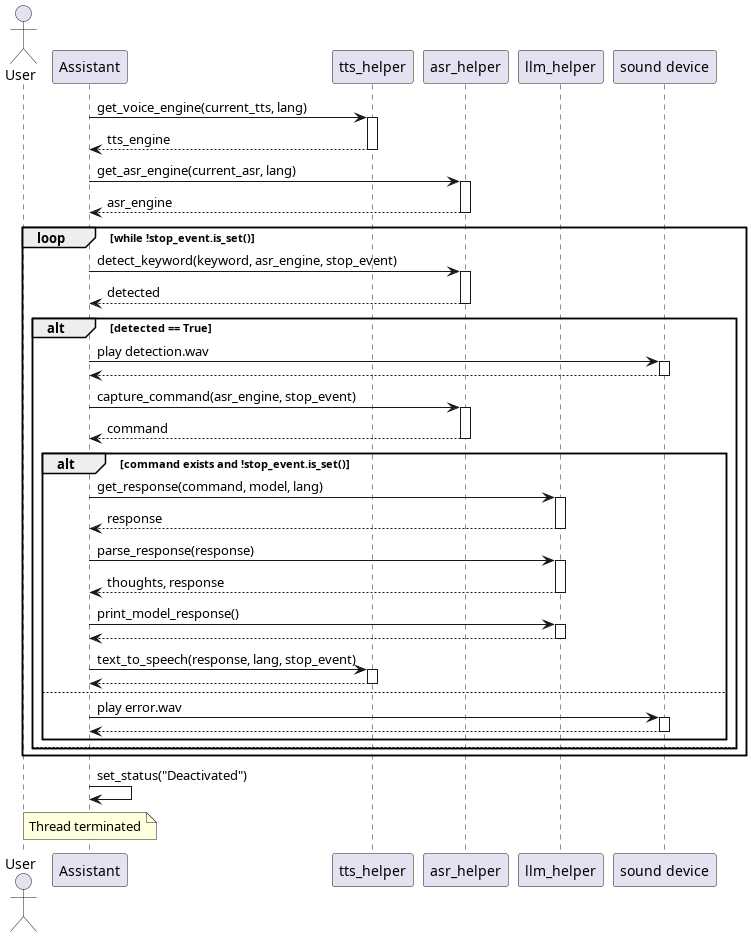
Above: docs/main_loop.png in AlexKiselev97/ai_voice_assistant (PlantUML), before the change.
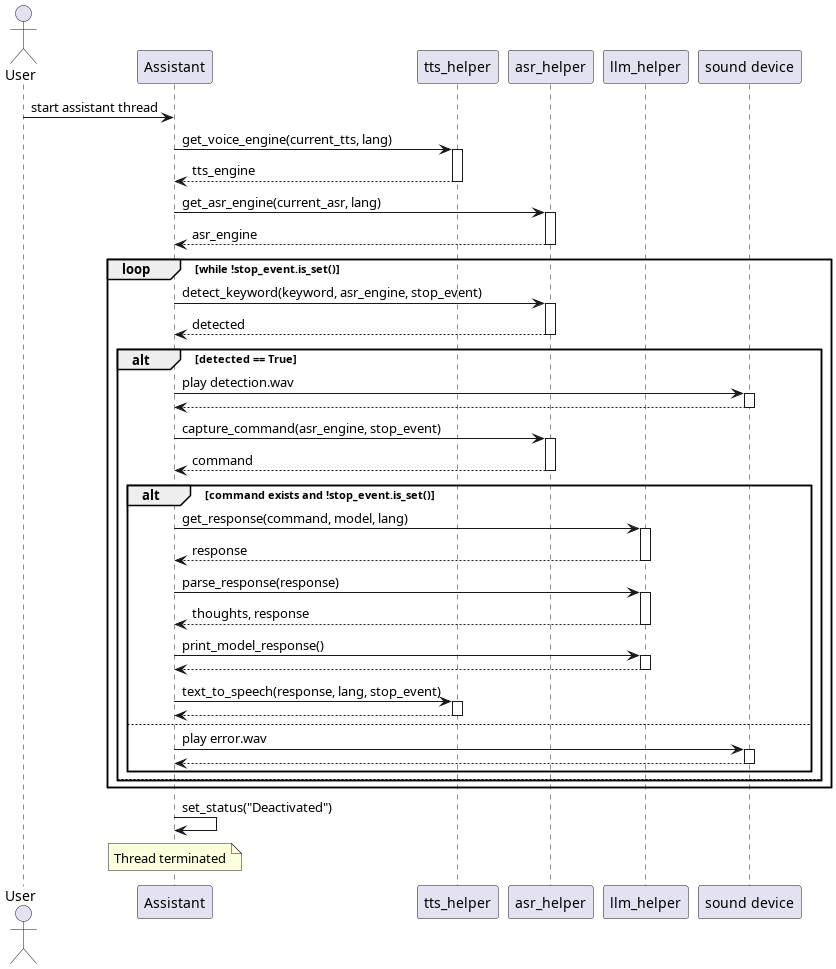
The same file after the commit.

Commit message:
add thread start on scheme

Diff of the diagram source:
```diff
@@ -5,6 +5,8 @@
 participant "asr_helper" as asr
 participant "llm_helper" as llm
 participant "sound device" as sound
+
+User -> assistant : start assistant thread
 
 assistant -> tts : get_voice_engine(current_tts, lang)
 activate tts
```
